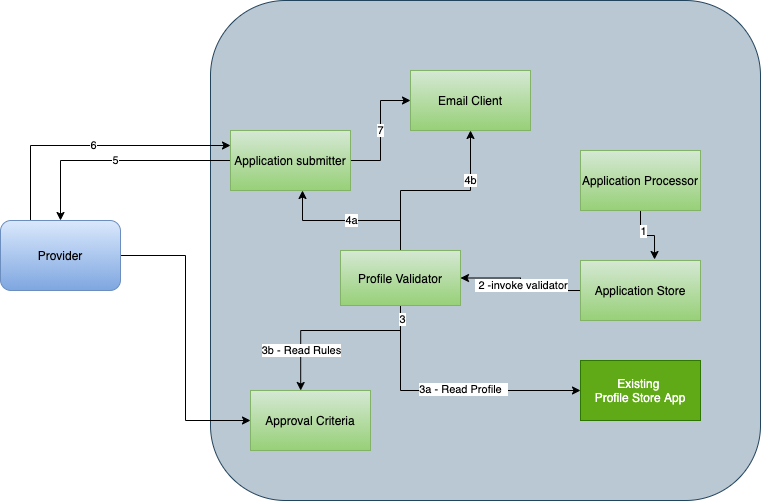
Before: JobApplicationProcessor.png, a diagram exported from draw.io (ShanmugaSivapragasam/job-application-processor). Source tidied: cells renumbered, new cells last; positions are measured from the earlier drawing's top-left corner, leaving out a move shared by most shapes. Its diagram source:
```xml
<mxGraphModel>
  <root>
    <mxCell id="0" />
    <mxCell id="1" parent="0" />
    <mxCell id="2" style="rounded=1;whiteSpace=wrap;html=1;fillColor=#bac8d3;strokeColor=#23445d;" parent="1" vertex="1">
      <mxGeometry x="210" width="550" height="500" as="geometry" />
    </mxCell>
    <mxCell id="3" style="edgeStyle=orthogonalEdgeStyle;rounded=0;jettySize=auto;html=1;entryX=0.617;entryY=-0.017;entryDx=0;entryDy=0;entryPerimeter=0;" parent="1" edge="1" source="5" target="8">
      <mxGeometry relative="1" as="geometry" />
    </mxCell>
    <mxCell id="4" value="1" style="edgeLabel;html=1;align=center;verticalAlign=middle;" parent="3" vertex="1">
      <mxGeometry x="-0.36" y="2" relative="1" as="geometry" />
    </mxCell>
    <mxCell id="5" value="Application Processor" style="rounded=0;whiteSpace=wrap;html=1;gradientColor=#97d077;fillColor=#d5e8d4;strokeColor=#82b366;" parent="1" vertex="1">
      <mxGeometry x="580" y="150" width="120" height="60" as="geometry" />
    </mxCell>
    <mxCell id="6" style="edgeStyle=orthogonalEdgeStyle;rounded=0;jettySize=auto;html=1;entryX=1;entryY=0.5;entryDx=0;entryDy=0;" parent="1" edge="1" source="8" target="17">
      <mxGeometry relative="1" as="geometry" />
    </mxCell>
    <mxCell id="7" value="&amp;nbsp;2 -invoke validator" style="edgeLabel;html=1;align=center;verticalAlign=middle;" parent="6" vertex="1">
      <mxGeometry relative="1" as="geometry" />
    </mxCell>
    <mxCell id="8" value="Application Store" style="rounded=0;whiteSpace=wrap;html=1;gradientColor=#97d077;fillColor=#d5e8d4;strokeColor=#82b366;" parent="1" vertex="1">
      <mxGeometry x="580" y="260" width="120" height="60" as="geometry" />
    </mxCell>
    <mxCell id="9" style="edgeStyle=orthogonalEdgeStyle;rounded=0;jettySize=auto;html=1;entryX=0;entryY=0.5;entryDx=0;entryDy=0;" parent="1" edge="1" source="17" target="21">
      <mxGeometry relative="1" as="geometry">
        <Array as="points">
          <mxPoint x="400" y="390" />
        </Array>
      </mxGeometry>
    </mxCell>
    <mxCell id="10" value="3a - Read Profile&amp;nbsp;&amp;nbsp;" style="edgeLabel;html=1;align=center;verticalAlign=middle;" parent="9" vertex="1">
      <mxGeometry x="0.11" y="2" relative="1" as="geometry" />
    </mxCell>
    <mxCell id="11" style="edgeStyle=orthogonalEdgeStyle;rounded=0;jettySize=auto;html=1;entryX=0.164;entryY=0.78;entryDx=0;entryDy=0;entryPerimeter=0;" parent="1" edge="1" source="17" target="2">
      <mxGeometry relative="1" as="geometry">
        <Array as="points">
          <mxPoint x="400" y="330" />
          <mxPoint x="300" y="330" />
        </Array>
      </mxGeometry>
    </mxCell>
    <mxCell id="12" value="3b - Read Rules" style="edgeLabel;html=1;align=center;verticalAlign=middle;" parent="11" vertex="1">
      <mxGeometry x="0.56" relative="1" as="geometry" />
    </mxCell>
    <mxCell id="13" value="3" style="edgeLabel;html=1;align=center;verticalAlign=middle;" parent="11" vertex="1">
      <mxGeometry x="-0.86" y="1" relative="1" as="geometry" />
    </mxCell>
    <mxCell id="14" value="4a" style="edgeStyle=orthogonalEdgeStyle;rounded=0;jettySize=auto;html=1;entryX=0.6;entryY=1;entryDx=0;entryDy=0;entryPerimeter=0;" parent="1" edge="1" source="17" target="25">
      <mxGeometry relative="1" as="geometry" />
    </mxCell>
    <mxCell id="15" style="edgeStyle=orthogonalEdgeStyle;rounded=0;jettySize=auto;html=1;" parent="1" edge="1" source="17" target="26">
      <mxGeometry relative="1" as="geometry" />
    </mxCell>
    <mxCell id="16" value="4b" style="edgeLabel;html=1;align=center;verticalAlign=middle;" parent="15" vertex="1">
      <mxGeometry x="0.48" y="1" relative="1" as="geometry" />
    </mxCell>
    <mxCell id="17" value="Profile Validator" style="rounded=0;whiteSpace=wrap;html=1;gradientColor=#97d077;fillColor=#d5e8d4;strokeColor=#82b366;" parent="1" vertex="1">
      <mxGeometry x="340" y="250" width="120" height="55" as="geometry" />
    </mxCell>
    <mxCell id="18" style="edgeStyle=orthogonalEdgeStyle;rounded=0;jettySize=auto;html=1;entryX=0;entryY=0.5;entryDx=0;entryDy=0;" parent="1" edge="1" source="20" target="22">
      <mxGeometry relative="1" as="geometry" />
    </mxCell>
    <mxCell id="19" value="6" style="edgeStyle=orthogonalEdgeStyle;rounded=0;jettySize=auto;html=1;exitX=0.25;exitY=0;exitDx=0;exitDy=0;entryX=0;entryY=0.25;entryDx=0;entryDy=0;" parent="1" edge="1" source="20" target="25">
      <mxGeometry relative="1" as="geometry" />
    </mxCell>
    <mxCell id="20" value="Provider" style="rounded=1;whiteSpace=wrap;html=1;gradientColor=#7ea6e0;fillColor=#dae8fc;strokeColor=#6c8ebf;" parent="1" vertex="1">
      <mxGeometry y="220" width="120" height="70" as="geometry" />
    </mxCell>
    <mxCell id="21" value="Existing &lt;br&gt;Profile Store App" style="rounded=0;whiteSpace=wrap;html=1;fillColor=#60a917;strokeColor=#2D7600;fontColor=#ffffff;" parent="1" vertex="1">
      <mxGeometry x="580" y="360" width="120" height="60" as="geometry" />
    </mxCell>
    <mxCell id="22" value="Approval Criteria" style="rounded=0;whiteSpace=wrap;html=1;gradientColor=#97d077;fillColor=#d5e8d4;strokeColor=#82b366;" parent="1" vertex="1">
      <mxGeometry x="250" y="390" width="120" height="60" as="geometry" />
    </mxCell>
    <mxCell id="23" value="5" style="edgeStyle=orthogonalEdgeStyle;rounded=0;jettySize=auto;html=1;entryX=0.5;entryY=0;entryDx=0;entryDy=0;" parent="1" edge="1" source="25" target="20">
      <mxGeometry relative="1" as="geometry" />
    </mxCell>
    <mxCell id="24" value="7" style="edgeStyle=orthogonalEdgeStyle;rounded=0;jettySize=auto;html=1;entryX=0;entryY=0.5;entryDx=0;entryDy=0;" parent="1" edge="1" source="25" target="26">
      <mxGeometry relative="1" as="geometry" />
    </mxCell>
    <mxCell id="25" value="Application submitter" style="rounded=0;whiteSpace=wrap;html=1;gradientColor=#97d077;fillColor=#d5e8d4;strokeColor=#82b366;" parent="1" vertex="1">
      <mxGeometry x="230" y="130" width="120" height="60" as="geometry" />
    </mxCell>
    <mxCell id="26" value="Email Client" style="rounded=0;whiteSpace=wrap;html=1;gradientColor=#97d077;fillColor=#d5e8d4;strokeColor=#82b366;" parent="1" vertex="1">
      <mxGeometry x="410" y="70" width="120" height="60" as="geometry" />
    </mxCell>
  </root>
</mxGraphModel>
```
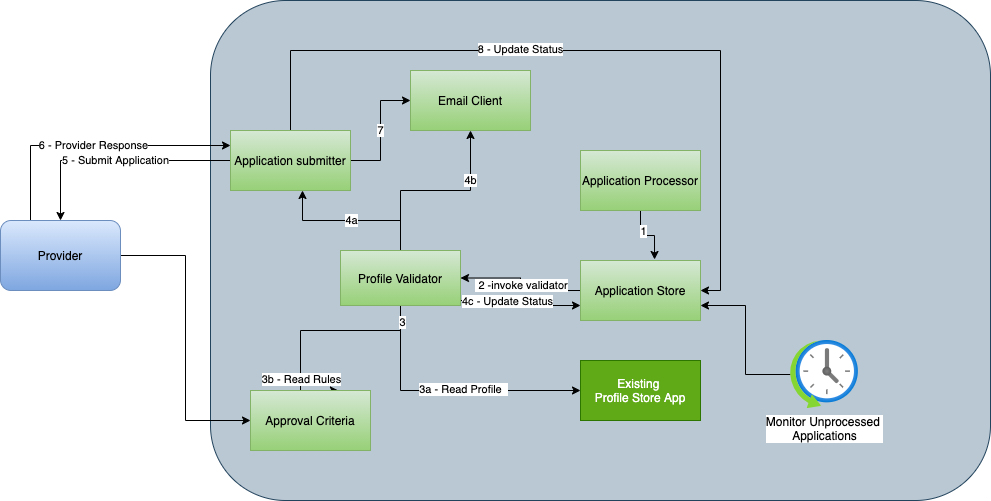
After the change.

Diff of the diagram source:
```diff
@@ -3,7 +3,7 @@
     <mxCell id="0" />
     <mxCell id="1" parent="0" />
     <mxCell id="2" style="rounded=1;whiteSpace=wrap;html=1;fillColor=#bac8d3;strokeColor=#23445d;" parent="1" vertex="1">
-      <mxGeometry x="210" width="550" height="500" as="geometry" />
+      <mxGeometry x="210" width="780" height="500" as="geometry" />
     </mxCell>
     <mxCell id="3" style="edgeStyle=orthogonalEdgeStyle;rounded=0;jettySize=auto;html=1;entryX=0.617;entryY=-0.017;entryDx=0;entryDy=0;entryPerimeter=0;" parent="1" edge="1" source="5" target="8">
       <mxGeometry relative="1" as="geometry" />
@@ -56,13 +56,24 @@
     <mxCell id="16" value="4b" style="edgeLabel;html=1;align=center;verticalAlign=middle;" parent="15" vertex="1">
       <mxGeometry x="0.48" y="1" relative="1" as="geometry" />
     </mxCell>
+    <mxCell id="27" style="edgeStyle=orthogonalEdgeStyle;rounded=0;jettySize=auto;html=1;entryX=0;entryY=0.75;entryDx=0;entryDy=0;" parent="1" edge="1" source="17" target="8">
+      <mxGeometry relative="1" as="geometry">
+        <Array as="points">
+          <mxPoint x="520" y="300" />
+          <mxPoint x="520" y="305" />
+        </Array>
+      </mxGeometry>
+    </mxCell>
+    <mxCell id="28" value="4c - Update Status" style="edgeLabel;html=1;align=center;verticalAlign=middle;" parent="27" vertex="1">
+      <mxGeometry x="-0.26" relative="1" as="geometry" />
+    </mxCell>
     <mxCell id="17" value="Profile Validator" style="rounded=0;whiteSpace=wrap;html=1;gradientColor=#97d077;fillColor=#d5e8d4;strokeColor=#82b366;" parent="1" vertex="1">
       <mxGeometry x="340" y="250" width="120" height="55" as="geometry" />
     </mxCell>
     <mxCell id="18" style="edgeStyle=orthogonalEdgeStyle;rounded=0;jettySize=auto;html=1;entryX=0;entryY=0.5;entryDx=0;entryDy=0;" parent="1" edge="1" source="20" target="22">
       <mxGeometry relative="1" as="geometry" />
     </mxCell>
-    <mxCell id="19" value="6" style="edgeStyle=orthogonalEdgeStyle;rounded=0;jettySize=auto;html=1;exitX=0.25;exitY=0;exitDx=0;exitDy=0;entryX=0;entryY=0.25;entryDx=0;entryDy=0;" parent="1" edge="1" source="20" target="25">
+    <mxCell id="19" value="6 - Provider Response" style="edgeStyle=orthogonalEdgeStyle;rounded=0;jettySize=auto;html=1;exitX=0.25;exitY=0;exitDx=0;exitDy=0;entryX=0;entryY=0.25;entryDx=0;entryDy=0;" parent="1" edge="1" source="20" target="25">
       <mxGeometry relative="1" as="geometry" />
     </mxCell>
     <mxCell id="20" value="Provider" style="rounded=1;whiteSpace=wrap;html=1;gradientColor=#7ea6e0;fillColor=#dae8fc;strokeColor=#6c8ebf;" parent="1" vertex="1">
@@ -74,17 +85,35 @@
     <mxCell id="22" value="Approval Criteria" style="rounded=0;whiteSpace=wrap;html=1;gradientColor=#97d077;fillColor=#d5e8d4;strokeColor=#82b366;" parent="1" vertex="1">
       <mxGeometry x="250" y="390" width="120" height="60" as="geometry" />
     </mxCell>
-    <mxCell id="23" value="5" style="edgeStyle=orthogonalEdgeStyle;rounded=0;jettySize=auto;html=1;entryX=0.5;entryY=0;entryDx=0;entryDy=0;" parent="1" edge="1" source="25" target="20">
+    <mxCell id="23" value="5 - Submit Application" style="edgeStyle=orthogonalEdgeStyle;rounded=0;jettySize=auto;html=1;entryX=0.5;entryY=0;entryDx=0;entryDy=0;" parent="1" edge="1" source="25" target="20">
       <mxGeometry relative="1" as="geometry" />
     </mxCell>
     <mxCell id="24" value="7" style="edgeStyle=orthogonalEdgeStyle;rounded=0;jettySize=auto;html=1;entryX=0;entryY=0.5;entryDx=0;entryDy=0;" parent="1" edge="1" source="25" target="26">
       <mxGeometry relative="1" as="geometry" />
     </mxCell>
+    <mxCell id="29" style="edgeStyle=orthogonalEdgeStyle;rounded=0;jettySize=auto;html=1;entryX=1;entryY=0.5;entryDx=0;entryDy=0;" parent="1" edge="1" source="25" target="8">
+      <mxGeometry relative="1" as="geometry">
+        <Array as="points">
+          <mxPoint x="290" y="50" />
+          <mxPoint x="720" y="50" />
+          <mxPoint x="720" y="290" />
+        </Array>
+      </mxGeometry>
+    </mxCell>
+    <mxCell id="30" value="8 - Update Status" style="edgeLabel;html=1;align=center;verticalAlign=middle;" parent="29" vertex="1">
+      <mxGeometry x="-0.2" y="2" relative="1" as="geometry" />
+    </mxCell>
     <mxCell id="25" value="Application submitter" style="rounded=0;whiteSpace=wrap;html=1;gradientColor=#97d077;fillColor=#d5e8d4;strokeColor=#82b366;" parent="1" vertex="1">
       <mxGeometry x="230" y="130" width="120" height="60" as="geometry" />
     </mxCell>
     <mxCell id="26" value="Email Client" style="rounded=0;whiteSpace=wrap;html=1;gradientColor=#97d077;fillColor=#d5e8d4;strokeColor=#82b366;" parent="1" vertex="1">
       <mxGeometry x="410" y="70" width="120" height="60" as="geometry" />
     </mxCell>
+    <mxCell id="31" style="edgeStyle=orthogonalEdgeStyle;rounded=0;jettySize=auto;html=1;entryX=1;entryY=0.75;entryDx=0;entryDy=0;" parent="1" edge="1" source="32" target="8">
+      <mxGeometry relative="1" as="geometry" />
+    </mxCell>
+    <mxCell id="32" value="Monitor Unprocessed &lt;br&gt;Applications" style="html=1;points=[];align=center;image;fontSize=12;image=img/lib/azure2/general/Scheduler.svg;" parent="1" vertex="1">
+      <mxGeometry x="790" y="340" width="68" height="68" as="geometry" />
+    </mxCell>
   </root>
 </mxGraphModel>
```
